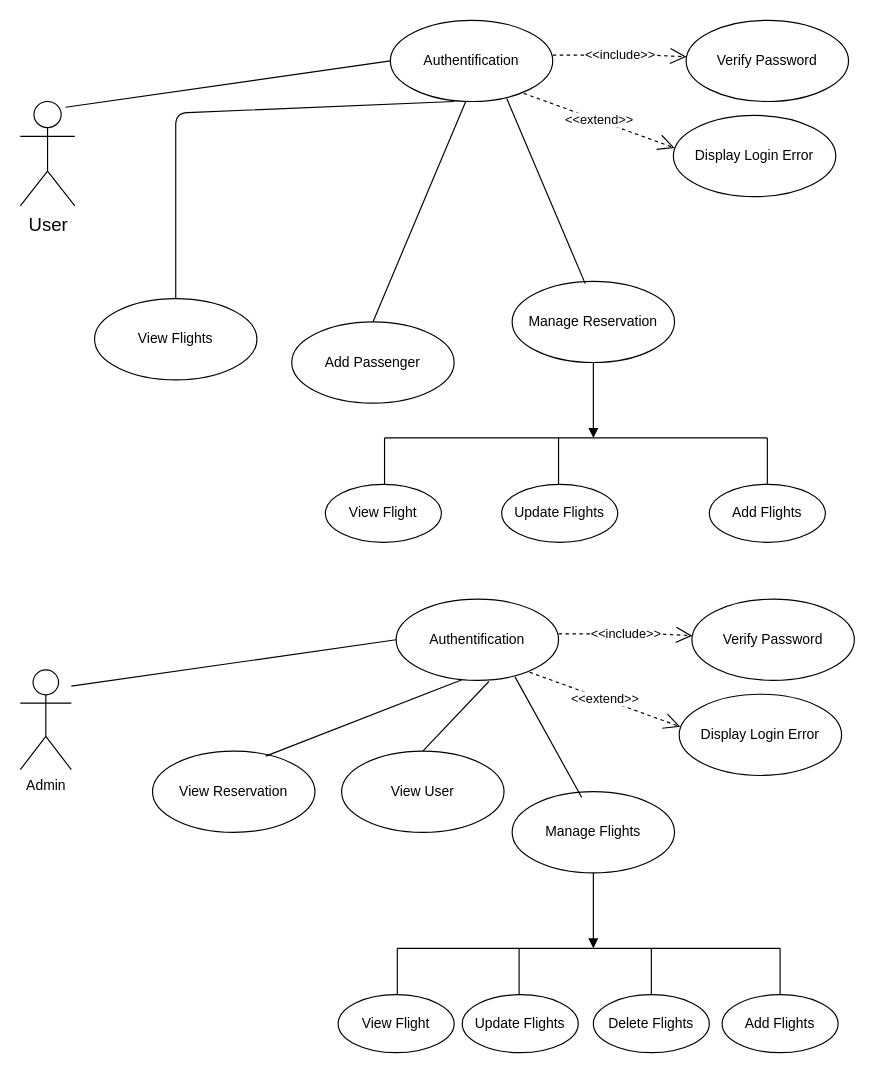
Before: views/Uml/useCase.drawio in moultamissimane/flightMVC2, a draw.io diagram. Source tidied: cells renumbered, new cells numbered last; positions are measured from the earlier drawing's top-left corner, leaving out a move shared by most shapes. Both pictures are drawn from the tidied source at 116%, with x=0, y=0 at pixel (20, 20).
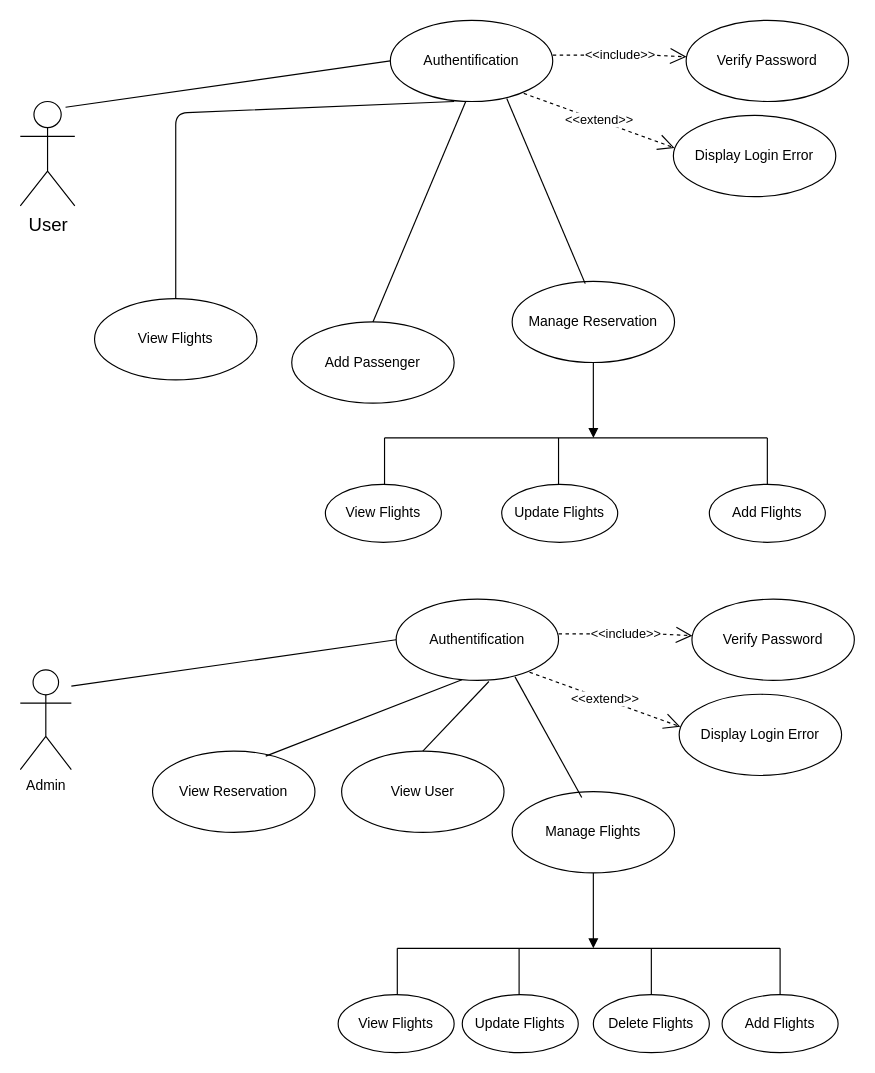
The same page after the edit.

Commit message (it also covers changes not shown here):
add usecase and class diagram pdf

The change refers to these unchanged cells:
```xml
<mxCell id="30" style="group;" parent="1" vertex="1">
  <mxGeometry x="263" y="360" width="431" height="90" as="geometry" />
</mxCell>
<mxCell id="40" style="group;" parent="1" vertex="1">
  <mxGeometry x="274" y="800" width="431" height="90" as="geometry" />
</mxCell>
```

Change to the diagram source:
```diff
@@
-    <mxCell id="36" value="View Flight" style="ellipse;whiteSpace=wrap;html=1;" parent="30" vertex="1">
+    <mxCell id="36" value="View Flights" style="ellipse;whiteSpace=wrap;html=1;" parent="30" vertex="1">
       <mxGeometry y="40" width="100" height="50" as="geometry" />
     </mxCell>
@@
-    <mxCell id="45" value="View Flight" style="ellipse;whiteSpace=wrap;html=1;" parent="40" vertex="1">
+    <mxCell id="45" value="View Flights" style="ellipse;whiteSpace=wrap;html=1;" parent="40" vertex="1">
       <mxGeometry y="40" width="100" height="50" as="geometry" />
     </mxCell>
```
